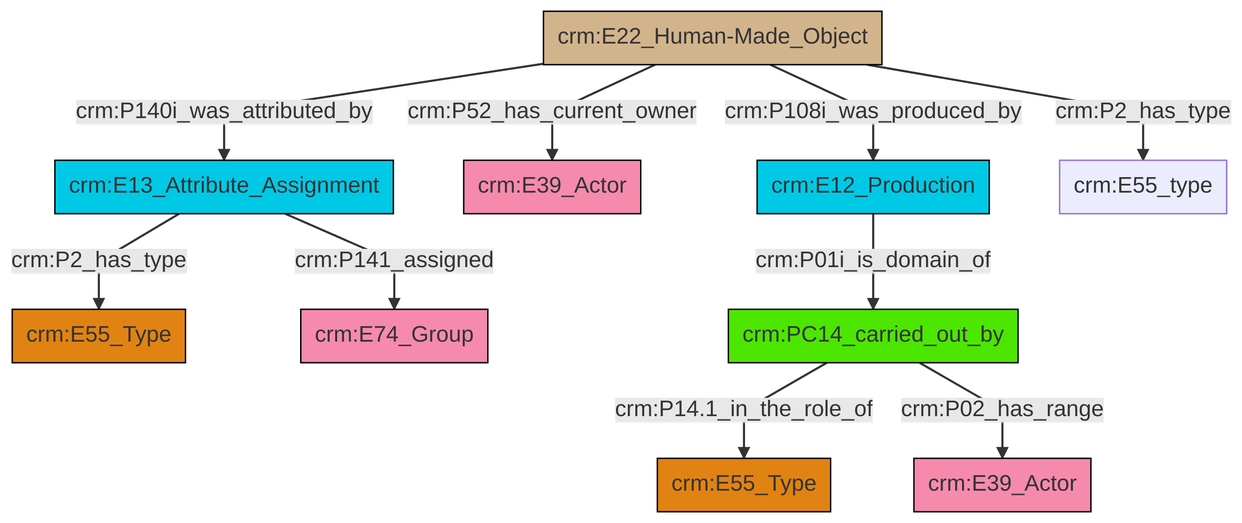
The Mermaid diagram et/builtWorkCSV/ttl/mmd/png/Built_Work_actor_relations.png in swiss-art-research-net/docs.swissartresearch, before a commit. Its source is kept beside it as et/builtWorkCSV/ttl/mmd/Built_Work_actor_relations.ttl.mmd.
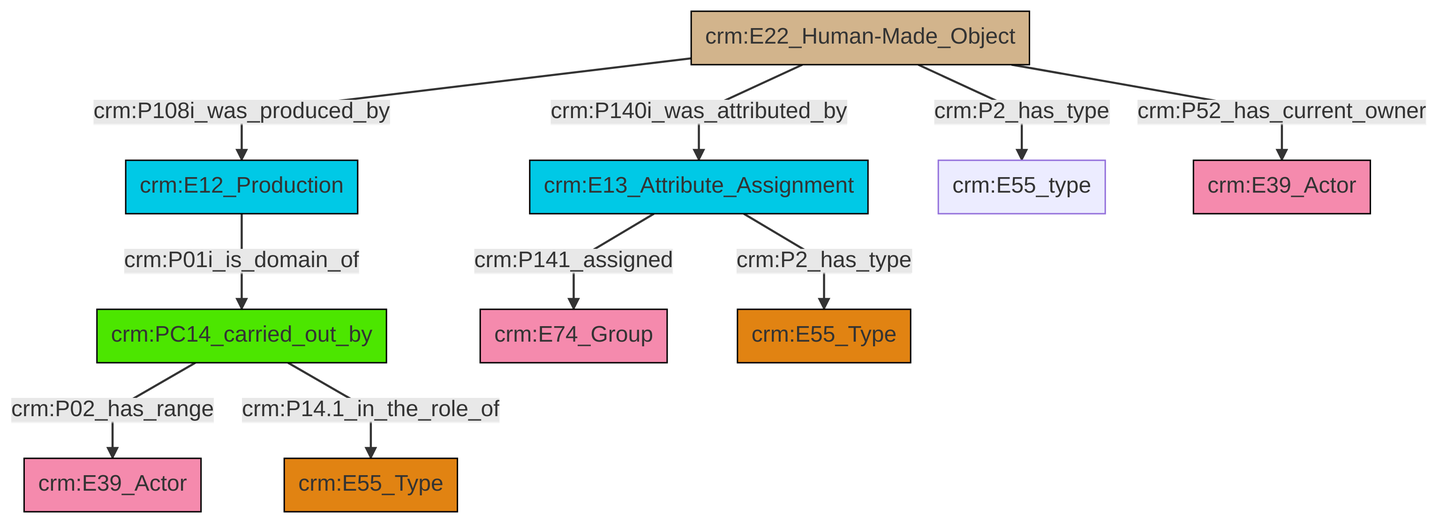
After the commit.

The edit, as a diff of the source:
```diff
@@ -13,12 +13,12 @@
 classDef PC_Classes fill:#4ce600, stroke:#000000;
 classDef Multi fill:#cccccc,stroke:#000000;
 
-12["crm:E13_Attribute_Assignment"]:::Temporal_Entity -->|crm:P141_assigned| 6["crm:E74_Group"]:::Actor
-13["crm:E22_Human-Made_Object"]:::Physical_Thing -->|crm:P108i_was_produced_by| 8["crm:E12_Production"]:::Temporal_Entity
-13["crm:E22_Human-Made_Object"]:::Physical_Thing -->|crm:P2_has_type| 15["crm:E55_type"]:::Default
-13["crm:E22_Human-Made_Object"]:::Physical_Thing -->|crm:P52_has_current_owner| 10["crm:E39_Actor"]:::Actor
-13["crm:E22_Human-Made_Object"]:::Physical_Thing -->|crm:P140i_was_attributed_by| 12["crm:E13_Attribute_Assignment"]:::Temporal_Entity
-19["crm:PC14_carried_out_by"]:::PC_Classes -->|crm:P14.1_in_the_role_of| 0["crm:E55_Type"]:::Type
-12["crm:E13_Attribute_Assignment"]:::Temporal_Entity -->|crm:P2_has_type| 4["crm:E55_Type"]:::Type
-8["crm:E12_Production"]:::Temporal_Entity -->|crm:P01i_is_domain_of| 19["crm:PC14_carried_out_by"]:::PC_Classes
-19["crm:PC14_carried_out_by"]:::PC_Classes -->|crm:P02_has_range| 2["crm:E39_Actor"]:::Actor
+0["crm:PC14_carried_out_by"]:::PC_Classes -->|crm:P02_has_range| 1["crm:E39_Actor"]:::Actor
+2["crm:E13_Attribute_Assignment"]:::Temporal_Entity -->|crm:P141_assigned| 3["crm:E74_Group"]:::Actor
+7["crm:E22_Human-Made_Object"]:::Physical_Thing -->|crm:P108i_was_produced_by| 8["crm:E12_Production"]:::Temporal_Entity
+2["crm:E13_Attribute_Assignment"]:::Temporal_Entity -->|crm:P2_has_type| 5["crm:E55_Type"]:::Type
+7["crm:E22_Human-Made_Object"]:::Physical_Thing -->|crm:P140i_was_attributed_by| 2["crm:E13_Attribute_Assignment"]:::Temporal_Entity
+0["crm:PC14_carried_out_by"]:::PC_Classes -->|crm:P14.1_in_the_role_of| 14["crm:E55_Type"]:::Type
+7["crm:E22_Human-Made_Object"]:::Physical_Thing -->|crm:P2_has_type| 12["crm:E55_type"]:::Default
+8["crm:E12_Production"]:::Temporal_Entity -->|crm:P01i_is_domain_of| 0["crm:PC14_carried_out_by"]:::PC_Classes
+7["crm:E22_Human-Made_Object"]:::Physical_Thing -->|crm:P52_has_current_owner| 19["crm:E39_Actor"]:::Actor
```
